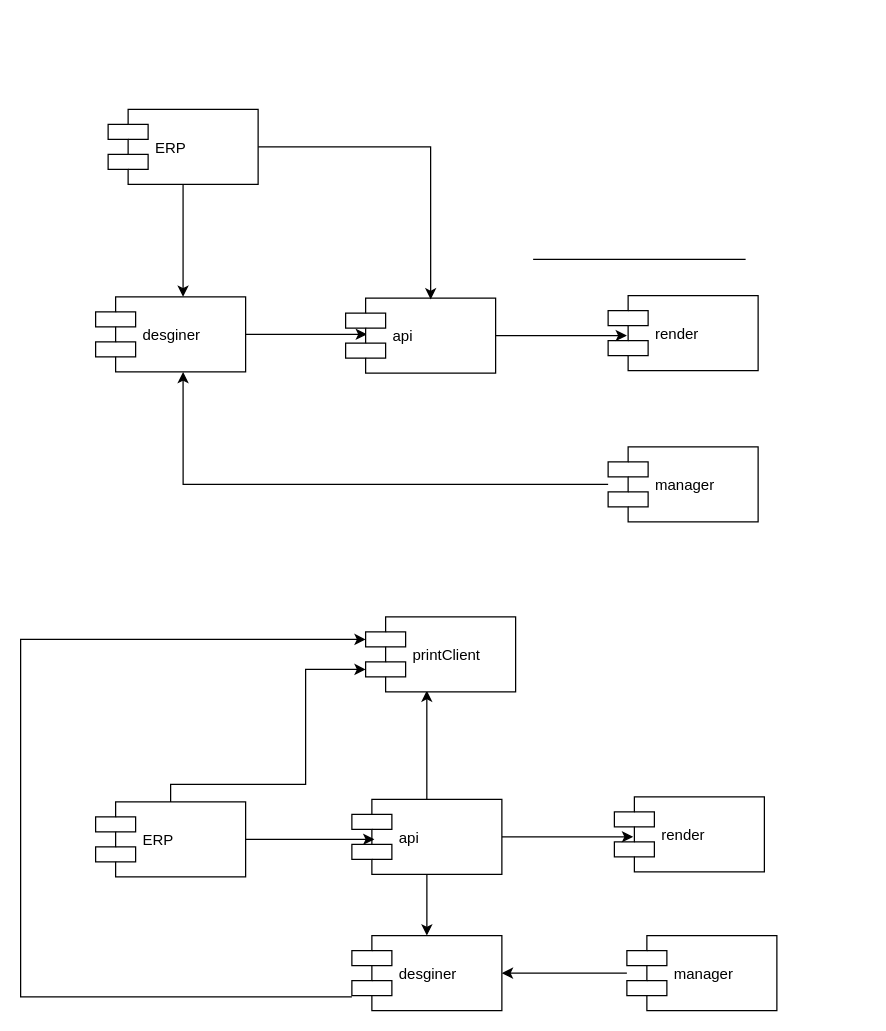
Earlier version of the draw.io diagram page "Page-1" (2 of 16) of teemodesigner.drawio (mashifei/uml). Source tidied: cells renumbered, new cells numbered last; positions are measured from the earlier drawing's top-left corner, leaving out a move shared by most shapes. Both pictures are drawn from the tidied source at 125%, with x=0, y=0 at pixel (20, 109).
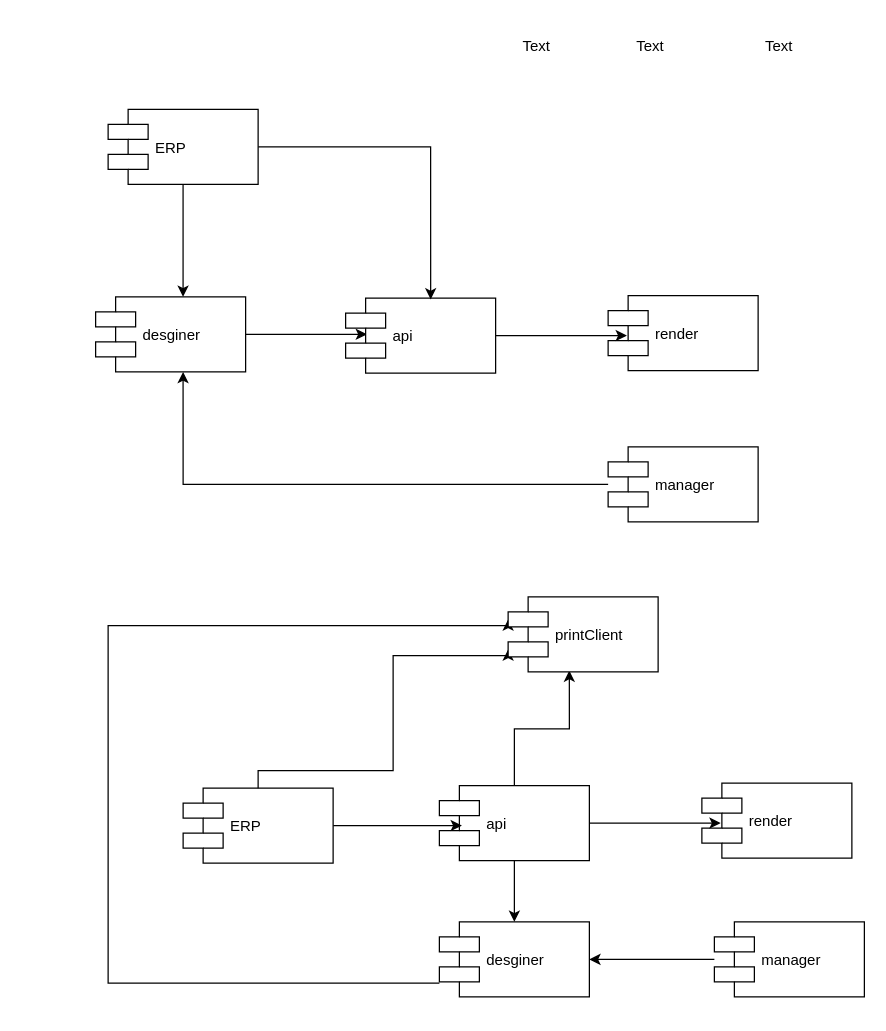
Above is the later version.

Change to the diagram source:
```diff
@@
-    <mxCell id="12" style="edgeStyle=orthogonalEdgeStyle;rounded=0;jettySize=auto;html=1;entryX=1;entryY=0.5;entryDx=0;entryDy=0;" parent="1" edge="1" source="13" target="23">
-      <mxGeometry relative="1" as="geometry" />
-    </mxCell>
     <mxCell id="13" value="manager" style="shape=component;align=left;spacingLeft=36;" parent="1" vertex="1">
-      <mxGeometry x="485" y="661" width="120" height="60" as="geometry" />
+      <mxGeometry x="555" y="650" width="120" height="60" as="geometry" />
     </mxCell>
     <mxCell id="14" value="render" style="shape=component;align=left;spacingLeft=36;" parent="1" vertex="1">
-      <mxGeometry x="475" y="550" width="120" height="60" as="geometry" />
+      <mxGeometry x="545" y="539" width="120" height="60" as="geometry" />
     </mxCell>
@@
+    <mxCell id="18" value="api" style="shape=component;align=left;spacingLeft=36;" parent="1" vertex="1">
+      <mxGeometry x="335" y="541" width="120" height="60" as="geometry" />
+    </mxCell>
+    <mxCell id="19" style="edgeStyle=orthogonalEdgeStyle;rounded=0;jettySize=auto;html=1;entryX=0.15;entryY=0.533;entryDx=0;entryDy=0;entryPerimeter=0;" parent="1" edge="1" source="21" target="18">
+      <mxGeometry relative="1" as="geometry" />
+    </mxCell>
+    <mxCell id="21" value="ERP" style="shape=component;align=left;spacingLeft=36;" parent="1" vertex="1">
+      <mxGeometry x="130" y="543" width="120" height="60" as="geometry" />
+    </mxCell>
+    <mxCell id="23" value="desginer" style="shape=component;align=left;spacingLeft=36;" parent="1" vertex="1">
+      <mxGeometry x="335" y="650" width="120" height="60" as="geometry" />
+    </mxCell>
+    <mxCell id="12" style="edgeStyle=orthogonalEdgeStyle;rounded=0;jettySize=auto;html=1;entryX=1;entryY=0.5;entryDx=0;entryDy=0;" parent="1" edge="1" source="13" target="23">
+      <mxGeometry relative="1" as="geometry" />
+    </mxCell>
@@
-    <mxCell id="18" value="api" style="shape=component;align=left;spacingLeft=36;" parent="1" vertex="1">
-      <mxGeometry x="265" y="552" width="120" height="60" as="geometry" />
-    </mxCell>
-    <mxCell id="19" style="edgeStyle=orthogonalEdgeStyle;rounded=0;jettySize=auto;html=1;entryX=0.15;entryY=0.533;entryDx=0;entryDy=0;entryPerimeter=0;" parent="1" edge="1" source="21" target="18">
-      <mxGeometry relative="1" as="geometry" />
-    </mxCell>
     <mxCell id="20" style="edgeStyle=orthogonalEdgeStyle;rounded=0;jettySize=auto;html=1;entryX=0;entryY=0.7;entryDx=0;entryDy=0;" parent="1" edge="1" source="21" target="24">
       <mxGeometry relative="1" as="geometry">
         <Array as="points">
-          <mxPoint x="120" y="540" />
-          <mxPoint x="228" y="540" />
-          <mxPoint x="228" y="448" />
+          <mxPoint x="190" y="529" />
+          <mxPoint x="298" y="529" />
+          <mxPoint x="298" y="437" />
         </Array>
       </mxGeometry>
     </mxCell>
-    <mxCell id="21" value="ERP" style="shape=component;align=left;spacingLeft=36;" parent="1" vertex="1">
-      <mxGeometry x="60" y="554" width="120" height="60" as="geometry" />
-    </mxCell>
     <mxCell id="22" style="edgeStyle=orthogonalEdgeStyle;rounded=0;jettySize=auto;html=1;entryX=0;entryY=0.3;entryDx=0;entryDy=0;" parent="1" edge="1" source="23" target="24">
       <mxGeometry relative="1" as="geometry">
         <Array as="points">
-          <mxPoint y="710" />
-          <mxPoint y="424" />
+          <mxPoint x="70" y="699" />
+          <mxPoint x="70" y="413" />
         </Array>
       </mxGeometry>
     </mxCell>
-    <mxCell id="23" value="desginer" style="shape=component;align=left;spacingLeft=36;" parent="1" vertex="1">
-      <mxGeometry x="265" y="661" width="120" height="60" as="geometry" />
-    </mxCell>
+    <mxCell id="26" style="group;" parent="1" vertex="1">
+      <mxGeometry x="390" y="250" width="246" height="195" as="geometry" />
+    </mxCell>
-    <mxCell id="24" value="printClient" style="shape=component;align=left;spacingLeft=36;" parent="1" vertex="1">
-      <mxGeometry x="276" y="406" width="120" height="60" as="geometry" />
+    <mxCell id="24" value="printClient" style="shape=component;align=left;spacingLeft=36;" parent="26" vertex="1">
+      <mxGeometry y="140" width="120" height="60" as="geometry" />
     </mxCell>
-    <mxCell id="25" style="endArrow=none;html=1;" parent="1" edge="1">
-      <mxGeometry relative="1" as="geometry">
-        <mxPoint x="410" y="120" as="sourcePoint" />
-        <mxPoint x="580" y="120" as="targetPoint" />
-      </mxGeometry>
-    </mxCell>
+    <mxCell id="27" style="group;" parent="1" vertex="1">
+      <mxGeometry x="390" y="-70" width="240" height="40" as="geometry" />
+    </mxCell>
+    <mxCell id="28" style="group;" parent="27" vertex="1">
+      <mxGeometry width="240" height="40" as="geometry" />
+    </mxCell>
+    <mxCell id="29" value="Text" style="text;html=1;strokeColor=none;fillColor=none;align=center;verticalAlign=middle;whiteSpace=wrap;rounded=0;" parent="28" vertex="1">
+      <mxGeometry width="45.7" height="40" as="geometry" />
+    </mxCell>
+    <mxCell id="30" value="Text" style="text;html=1;strokeColor=none;fillColor=none;align=center;verticalAlign=middle;whiteSpace=wrap;rounded=0;" parent="28" vertex="1">
+      <mxGeometry x="91.4" width="45.7" height="40" as="geometry" />
+    </mxCell>
+    <mxCell id="31" value="Text" style="text;html=1;strokeColor=none;fillColor=none;align=center;verticalAlign=middle;whiteSpace=wrap;rounded=0;" parent="28" vertex="1">
+      <mxGeometry x="194.3" width="45.7" height="40" as="geometry" />
+    </mxCell>
```
